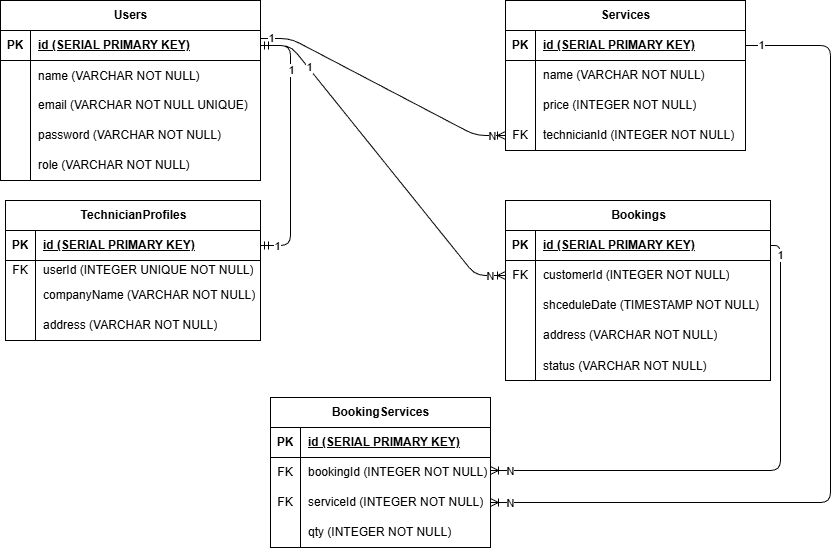
Earlier version of the draw.io export erd.drawio.png (william-jan/pair-project-ac-service). Source tidied: cells renumbered, new cells last; positions are measured from the earlier drawing's top-left corner, leaving out a move shared by most shapes.
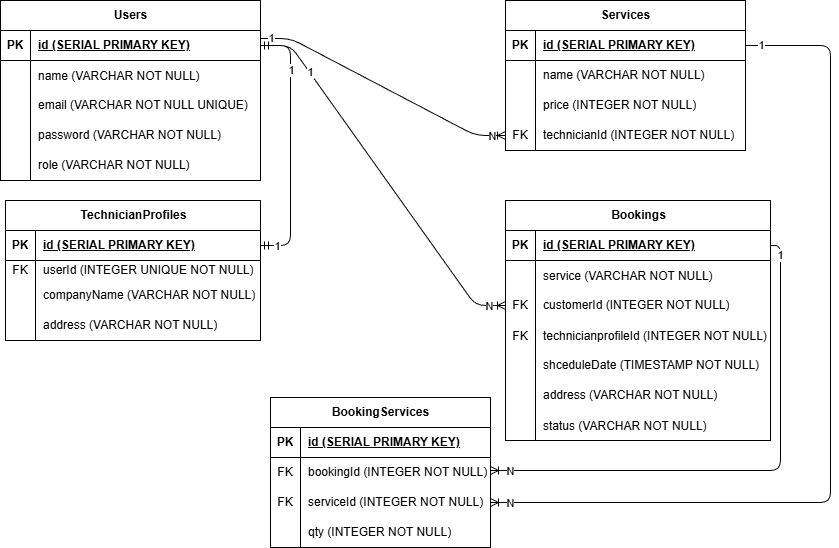
Above is the later version.

What changed in the source:
```diff
@@ -129,7 +129,7 @@
       <mxGeometry x="30" width="210" height="30" as="geometry" />
     </mxCell>
     <mxCell id="44" value="Bookings" style="shape=table;startSize=30;rowLines=0;fontStyle=1;align=center;html=1;" parent="1" vertex="1">
-      <mxGeometry x="505" y="200" width="265" height="180" as="geometry" />
+      <mxGeometry x="505" y="200" width="265" height="240" as="geometry" />
     </mxCell>
     <mxCell id="45" style="shape=tableRow;horizontal=0;startSize=0;swimlaneHead=0;swimlaneBody=0;fillColor=none;points=[[0,0.5],[1,0.5]];portConstraint=eastwest;top=0;left=0;right=0;bottom=1;" parent="44" vertex="1">
       <mxGeometry y="30" width="265" height="30" as="geometry" />
@@ -140,8 +140,17 @@
     <mxCell id="47" value="id (SERIAL PRIMARY KEY)" style="shape=partialRectangle;fillColor=none;top=0;left=0;bottom=0;right=0;align=left;spacingLeft=6;fontStyle=5;overflow=hidden;whiteSpace=wrap;html=1;" parent="45" vertex="1">
       <mxGeometry x="30" width="235" height="30" as="geometry" />
     </mxCell>
+    <mxCell id="88" style="shape=tableRow;horizontal=0;startSize=0;swimlaneHead=0;swimlaneBody=0;fillColor=none;top=0;left=0;right=0;bottom=0;" parent="44" vertex="1">
+      <mxGeometry y="60" width="265" height="30" as="geometry" />
+    </mxCell>
+    <mxCell id="89" style="shape=partialRectangle;fillColor=none;top=0;left=0;bottom=0;right=0;overflow=hidden;" parent="88" vertex="1">
+      <mxGeometry width="30" height="30" as="geometry" />
+    </mxCell>
+    <mxCell id="90" value="service (VARCHAR NOT NULL)" style="shape=partialRectangle;fillColor=none;top=0;left=0;bottom=0;right=0;align=left;spacingLeft=6;overflow=hidden;" parent="88" vertex="1">
+      <mxGeometry x="30" width="235" height="30" as="geometry" />
+    </mxCell>
     <mxCell id="48" style="shape=tableRow;horizontal=0;startSize=0;swimlaneHead=0;swimlaneBody=0;fillColor=none;points=[[0,0.5],[1,0.5]];portConstraint=eastwest;top=0;left=0;right=0;bottom=0;" parent="44" vertex="1">
-      <mxGeometry y="60" width="265" height="30" as="geometry" />
+      <mxGeometry y="90" width="265" height="30" as="geometry" />
     </mxCell>
     <mxCell id="49" value="FK" style="shape=partialRectangle;fillColor=none;top=0;left=0;bottom=0;right=0;overflow=hidden;whiteSpace=wrap;html=1;" parent="48" vertex="1">
       <mxGeometry width="30" height="30" as="geometry" />
@@ -149,8 +158,17 @@
     <mxCell id="50" value="customerId (INTEGER NOT NULL)" style="shape=partialRectangle;fillColor=none;top=0;left=0;bottom=0;right=0;align=left;spacingLeft=6;overflow=hidden;whiteSpace=wrap;html=1;" parent="48" vertex="1">
       <mxGeometry x="30" width="235" height="30" as="geometry" />
     </mxCell>
+    <mxCell id="91" style="shape=tableRow;horizontal=0;startSize=0;swimlaneHead=0;swimlaneBody=0;fillColor=none;top=0;left=0;right=0;bottom=0;" parent="44" vertex="1">
+      <mxGeometry y="120" width="265" height="30" as="geometry" />
+    </mxCell>
+    <mxCell id="92" value="FK" style="shape=partialRectangle;fillColor=none;top=0;left=0;bottom=0;right=0;overflow=hidden;" parent="91" vertex="1">
+      <mxGeometry width="30" height="30" as="geometry" />
+    </mxCell>
+    <mxCell id="93" value="technicianprofileId (INTEGER NOT NULL)" style="shape=partialRectangle;fillColor=none;top=0;left=0;bottom=0;right=0;align=left;spacingLeft=6;overflow=hidden;" parent="91" vertex="1">
+      <mxGeometry x="30" width="235" height="30" as="geometry" />
+    </mxCell>
     <mxCell id="51" style="shape=tableRow;horizontal=0;startSize=0;swimlaneHead=0;swimlaneBody=0;fillColor=none;top=0;left=0;right=0;bottom=0;" parent="44" vertex="1">
-      <mxGeometry y="90" width="265" height="30" as="geometry" />
+      <mxGeometry y="150" width="265" height="30" as="geometry" />
     </mxCell>
     <mxCell id="52" style="shape=partialRectangle;fillColor=none;top=0;left=0;bottom=0;right=0;overflow=hidden;whiteSpace=wrap;html=1;" parent="51" vertex="1">
       <mxGeometry width="30" height="30" as="geometry" />
@@ -159,7 +177,7 @@
       <mxGeometry x="30" width="235" height="30" as="geometry" />
     </mxCell>
     <mxCell id="54" style="shape=tableRow;horizontal=0;startSize=0;swimlaneHead=0;swimlaneBody=0;fillColor=none;top=0;left=0;right=0;bottom=0;" parent="44" vertex="1">
-      <mxGeometry y="120" width="265" height="30" as="geometry" />
+      <mxGeometry y="180" width="265" height="30" as="geometry" />
     </mxCell>
     <mxCell id="55" style="shape=partialRectangle;fillColor=none;top=0;left=0;bottom=0;right=0;overflow=hidden;whiteSpace=wrap;html=1;" parent="54" vertex="1">
       <mxGeometry width="30" height="30" as="geometry" />
@@ -168,7 +186,7 @@
       <mxGeometry x="30" width="235" height="30" as="geometry" />
     </mxCell>
     <mxCell id="57" style="shape=tableRow;horizontal=0;startSize=0;swimlaneHead=0;swimlaneBody=0;fillColor=none;top=0;left=0;right=0;bottom=0;" parent="44" vertex="1">
-      <mxGeometry y="150" width="265" height="30" as="geometry" />
+      <mxGeometry y="210" width="265" height="30" as="geometry" />
     </mxCell>
     <mxCell id="58" style="shape=partialRectangle;fillColor=none;top=0;left=0;bottom=0;right=0;overflow=hidden;" parent="57" vertex="1">
       <mxGeometry width="30" height="30" as="geometry" />
```
